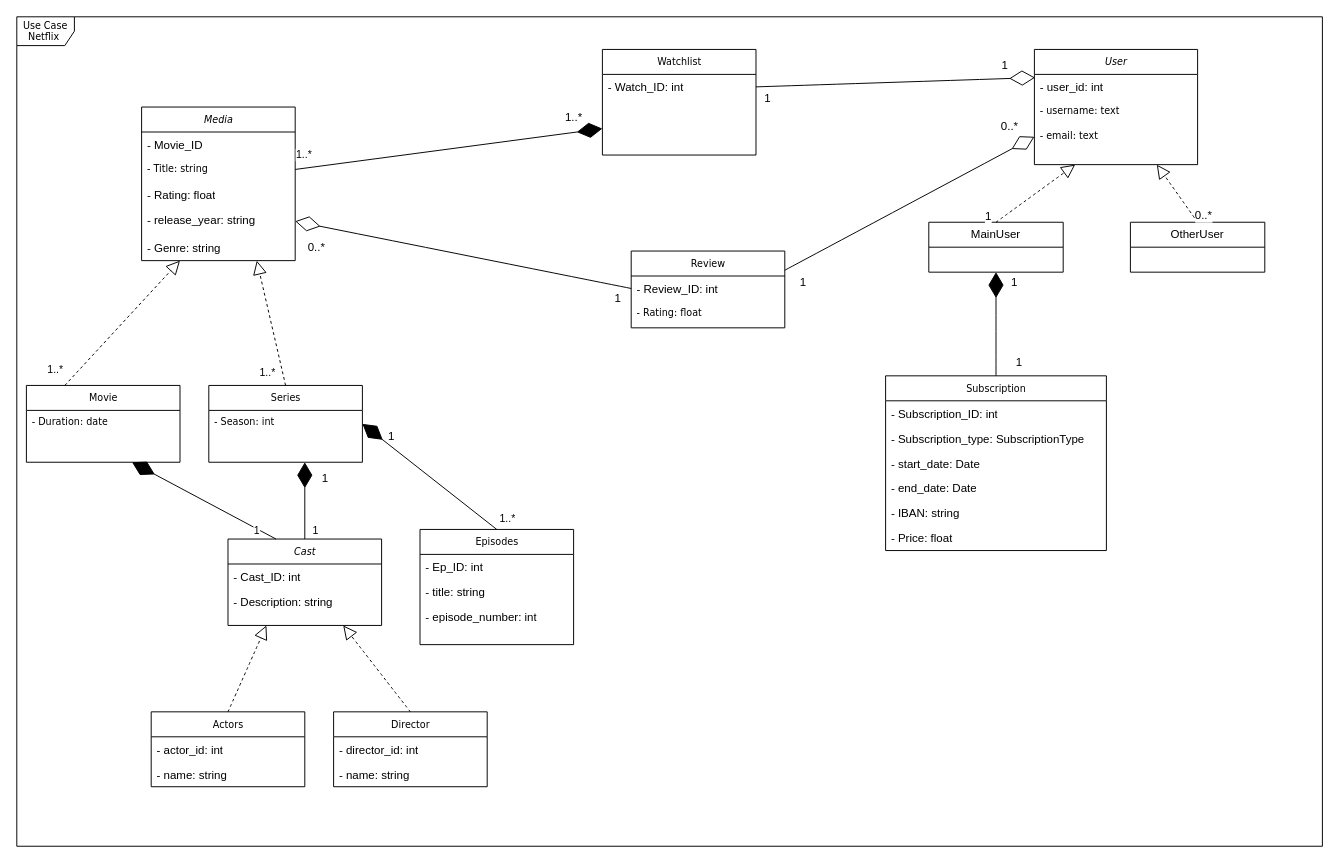
KevinGarrison/DataEngineeringProjects keeps this draw.io diagram as draw_io/uml_data_eng_project_1.drawio. Above is the earlier version. Source tidied: cells renumbered, new cells numbered last; positions are measured from the earlier drawing's top-left corner, leaving out a move shared by most shapes. Both pictures are drawn from the tidied source at 96%, with x=0, y=0 at pixel (16, 16).
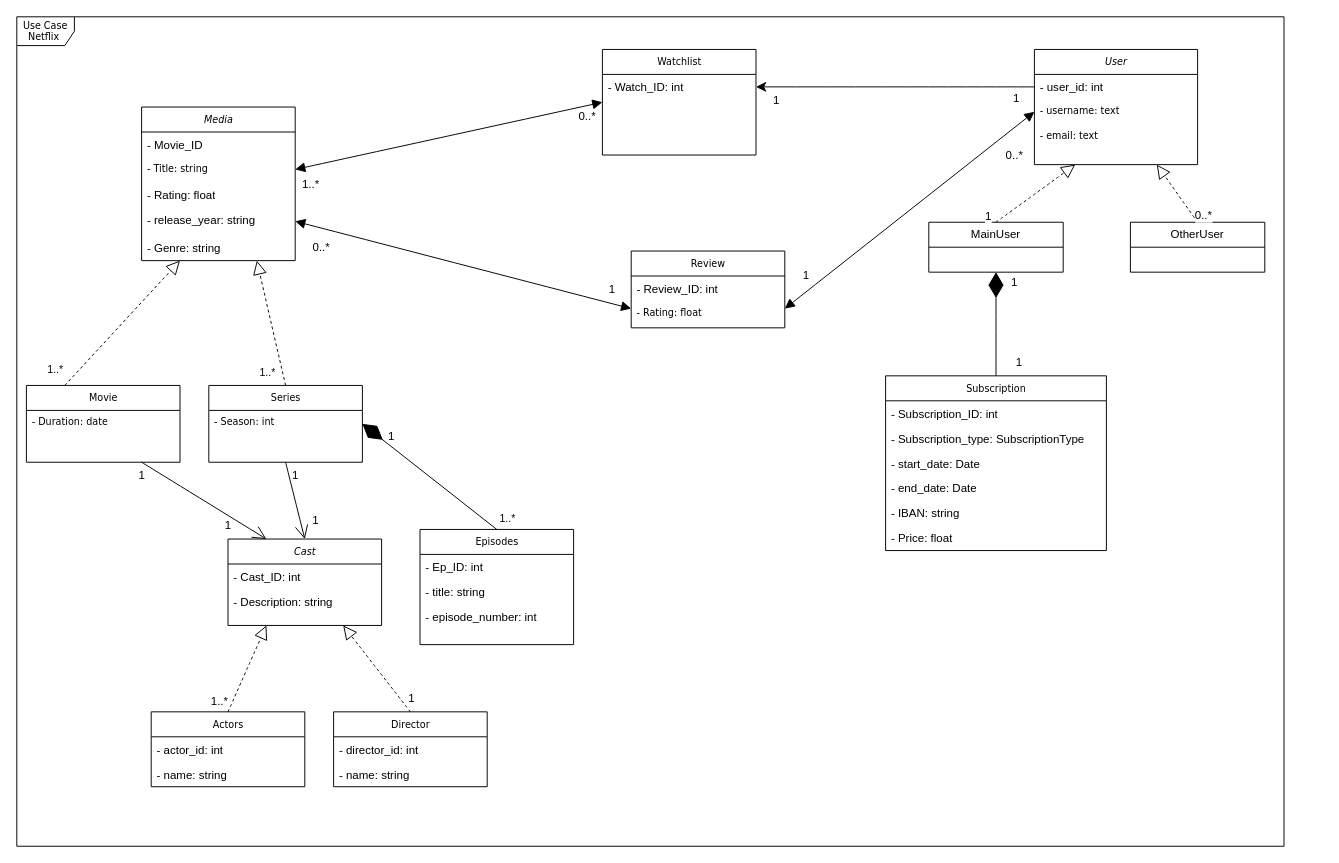
The same page after the edit.

Unchanged cells that the change refers to:
```xml
<mxCell id="3" value="Movie" style="swimlane;html=1;fontStyle=0;horizontal=1;startSize=26;fillColor=none;swimlaneFillColor=#ffffff;rounded=0;shadow=0;comic=0;labelBackgroundColor=none;strokeWidth=1;fontFamily=Verdana;fontSize=10;align=center;" parent="1" vertex="1">
  <mxGeometry x="10" y="384" width="160" height="80" as="geometry" />
</mxCell>
<mxCell id="9" value="Series" style="swimlane;html=1;fontStyle=0;horizontal=1;startSize=26;fillColor=none;swimlaneFillColor=#ffffff;rounded=0;shadow=0;comic=0;labelBackgroundColor=none;strokeWidth=1;fontFamily=Verdana;fontSize=10;align=center;strokeColor=default;verticalAlign=middle;fontColor=default;" parent="1" vertex="1">
  <mxGeometry x="200" y="384" width="160" height="80" as="geometry" />
</mxCell>
<mxCell id="13" value="- Title: string" style="text;html=1;strokeColor=none;fillColor=none;align=left;verticalAlign=top;spacingLeft=4;spacingRight=4;whiteSpace=wrap;overflow=hidden;points=[[0,0.5],[1,0.5]];portConstraint=eastwest;fontFamily=Verdana;fontSize=10;fontColor=default;fontStyle=0;labelBackgroundColor=none;" parent="11" vertex="1">
  <mxGeometry y="52" width="160" height="26" as="geometry" />
</mxCell>
<mxCell id="15" value="- release_year: string" style="text;html=1;strokeColor=none;fillColor=none;align=left;verticalAlign=top;spacingLeft=4;spacingRight=4;whiteSpace=wrap;overflow=hidden;points=[[0,0.5],[1,0.5]];portConstraint=eastwest;" parent="11" vertex="1">
  <mxGeometry y="104" width="160" height="30" as="geometry" />
</mxCell>
<mxCell id="24" value="Watchlist" style="swimlane;html=1;fontStyle=0;horizontal=1;startSize=26;fillColor=none;swimlaneFillColor=#ffffff;rounded=0;shadow=0;comic=0;labelBackgroundColor=none;strokeWidth=1;fontFamily=Verdana;fontSize=10;align=center;" parent="1" vertex="1">
  <mxGeometry x="610" y="34" width="160" height="110" as="geometry" />
</mxCell>
<mxCell id="25" value="- Watch_ID: int" style="text;html=1;strokeColor=none;fillColor=none;align=left;verticalAlign=top;spacingLeft=4;spacingRight=4;whiteSpace=wrap;overflow=hidden;points=[[0,0.5],[1,0.5]];portConstraint=eastwest;" parent="24" vertex="1">
  <mxGeometry y="26" width="160" height="26" as="geometry" />
</mxCell>
<mxCell id="32" value="&lt;i&gt;Cast&lt;/i&gt;" style="swimlane;html=1;fontStyle=0;horizontal=1;startSize=26;fillColor=none;swimlaneFillColor=#ffffff;rounded=0;shadow=0;comic=0;labelBackgroundColor=none;strokeWidth=1;fontFamily=Verdana;fontSize=10;align=center;" parent="1" vertex="1">
  <mxGeometry x="220" y="544" width="160" height="90" as="geometry" />
</mxCell>
<mxCell id="36" value="- user_id: int" style="text;html=1;strokeColor=none;fillColor=none;align=left;verticalAlign=top;spacingLeft=4;spacingRight=4;whiteSpace=wrap;overflow=hidden;points=[[0,0.5],[1,0.5]];portConstraint=eastwest;" parent="35" vertex="1">
  <mxGeometry y="26" width="170" height="26" as="geometry" />
</mxCell>
<mxCell id="37" value="- username: text" style="text;html=1;strokeColor=none;fillColor=none;align=left;verticalAlign=top;spacingLeft=4;spacingRight=4;whiteSpace=wrap;overflow=hidden;points=[[0,0.5],[1,0.5]];portConstraint=eastwest;fontFamily=Verdana;fontSize=10;fontColor=default;fontStyle=0;labelBackgroundColor=none;" parent="35" vertex="1">
  <mxGeometry y="52" width="170" height="26" as="geometry" />
</mxCell>
<mxCell id="38" value="- email: text" style="text;html=1;strokeColor=none;fillColor=none;align=left;verticalAlign=top;spacingLeft=4;spacingRight=4;whiteSpace=wrap;overflow=hidden;points=[[0,0.5],[1,0.5]];portConstraint=eastwest;fontFamily=Verdana;fontSize=10;fontColor=default;fontStyle=0;labelBackgroundColor=none;" parent="35" vertex="1">
  <mxGeometry y="78" width="170" height="26" as="geometry" />
</mxCell>
<mxCell id="39" value="Review" style="swimlane;html=1;fontStyle=0;horizontal=1;startSize=26;fillColor=none;swimlaneFillColor=#ffffff;rounded=0;shadow=0;comic=0;labelBackgroundColor=none;strokeWidth=1;fontFamily=Verdana;fontSize=10;align=center;" parent="1" vertex="1">
  <mxGeometry x="640" y="244" width="160" height="80" as="geometry" />
</mxCell>
<mxCell id="75" style="endArrow=block;dashed=1;endFill=0;endSize=12;html=1;rounded=0;fontSize=12;curved=1;exitX=0.5;exitY=0;exitDx=0;exitDy=0;entryX=0.25;entryY=1;entryDx=0;entryDy=0;" parent="1" edge="1" source="29" target="32">
  <mxGeometry relative="1" as="geometry" />
</mxCell>
<mxCell id="76" style="endArrow=block;dashed=1;endFill=0;endSize=12;html=1;rounded=0;fontSize=12;curved=1;exitX=0.5;exitY=0;exitDx=0;exitDy=0;entryX=0.75;entryY=1;entryDx=0;entryDy=0;" parent="1" edge="1" source="26" target="32">
  <mxGeometry relative="1" as="geometry" />
</mxCell>
```

What changed in the source:
```diff
@@
     <mxCell id="2" value="Use Case Netflix&amp;nbsp;" style="shape=umlFrame;whiteSpace=wrap;html=1;rounded=0;shadow=0;comic=0;labelBackgroundColor=none;strokeWidth=1;fontFamily=Verdana;fontSize=10;align=center;" parent="1" vertex="1">
-      <mxGeometry width="1360" height="864" as="geometry" />
+      <mxGeometry width="1320" height="864" as="geometry" />
     </mxCell>
@@
-    <mxCell id="42" style="endArrow=diamondThin;endFill=1;endSize=24;html=1;rounded=0;exitX=1;exitY=0.5;exitDx=0;exitDy=0;entryX=0;entryY=0.75;entryDx=0;entryDy=0;" parent="1" edge="1" source="13" target="24">
-      <mxGeometry relative="1" as="geometry" />
-    </mxCell>
-    <mxCell id="43" value="1..*" style="edgeLabel;html=1;align=center;verticalAlign=middle;" parent="42" vertex="1">
-      <mxGeometry x="-0.73" y="-2" relative="1" as="geometry">
-        <mxPoint x="-35" y="-12" as="offset" />
-      </mxGeometry>
-    </mxCell>
-    <mxCell id="44" value="1..*" style="edgeLabel;html=1;align=center;verticalAlign=middle;fontSize=12;" parent="42" vertex="1">
-      <mxGeometry x="0.88" y="2" relative="1" as="geometry">
-        <mxPoint x="-11" y="-13" as="offset" />
-      </mxGeometry>
-    </mxCell>
-    <mxCell id="45" style="endArrow=diamondThin;endFill=1;endSize=24;html=1;rounded=0;exitX=0.5;exitY=0;exitDx=0;exitDy=0;targetPerimeterSpacing=0;" parent="1" edge="1">
-      <mxGeometry relative="1" as="geometry">
-        <mxPoint x="270" y="544" as="sourcePoint" />
-        <mxPoint x="120" y="464" as="targetPoint" />
-      </mxGeometry>
-    </mxCell>
-    <mxCell id="46" value="1" style="edgeLabel;html=1;align=center;verticalAlign=middle;" parent="45" vertex="1">
-      <mxGeometry x="-0.86" y="-1" relative="1" as="geometry">
-        <mxPoint x="-10" y="-3" as="offset" />
-      </mxGeometry>
-    </mxCell>
-    <mxCell id="47" style="endArrow=diamondThin;endFill=1;endSize=24;html=1;rounded=0;exitX=0.5;exitY=0;exitDx=0;exitDy=0;targetPerimeterSpacing=0;" parent="1" edge="1">
-      <mxGeometry relative="1" as="geometry">
-        <mxPoint x="300" y="544" as="sourcePoint" />
-        <mxPoint x="300" y="464" as="targetPoint" />
-      </mxGeometry>
-    </mxCell>
-    <mxCell id="48" value="1" style="edgeLabel;html=1;align=center;verticalAlign=middle;" parent="47" vertex="1">
-      <mxGeometry x="-0.86" y="-1" relative="1" as="geometry">
-        <mxPoint x="9" y="-4" as="offset" />
-      </mxGeometry>
-    </mxCell>
-    <mxCell id="49" value="1" style="edgeLabel;html=1;align=center;verticalAlign=middle;fontSize=12;" parent="47" vertex="1">
-      <mxGeometry x="0.6" relative="1" as="geometry">
-        <mxPoint x="20" as="offset" />
-      </mxGeometry>
-    </mxCell>
@@
-    <mxCell id="66" style="endArrow=diamondThin;endFill=0;endSize=24;html=1;rounded=0;fontSize=12;curved=1;exitX=1;exitY=0.5;exitDx=0;exitDy=0;entryX=0.004;entryY=0.129;entryDx=0;entryDy=0;entryPerimeter=0;" parent="1" edge="1" source="25" target="36">
-      <mxGeometry relative="1" as="geometry" />
-    </mxCell>
-    <mxCell id="67" value="1" style="edgeLabel;html=1;align=center;verticalAlign=middle;fontSize=12;" parent="66" vertex="1">
-      <mxGeometry x="-0.81" relative="1" as="geometry">
-        <mxPoint x="-16" y="12" as="offset" />
-      </mxGeometry>
-    </mxCell>
-    <mxCell id="68" value="1" style="edgeLabel;html=1;align=center;verticalAlign=middle;fontSize=12;" parent="66" vertex="1">
-      <mxGeometry x="0.86" relative="1" as="geometry">
-        <mxPoint x="-11" y="-14" as="offset" />
-      </mxGeometry>
-    </mxCell>
-    <mxCell id="69" style="endArrow=diamondThin;endFill=0;endSize=24;html=1;rounded=0;fontSize=12;curved=1;entryX=0;entryY=0.5;entryDx=0;entryDy=0;exitX=1;exitY=0.25;exitDx=0;exitDy=0;" parent="1" edge="1" source="39" target="38">
-      <mxGeometry relative="1" as="geometry" />
-    </mxCell>
-    <mxCell id="70" value="1" style="edgeLabel;html=1;align=center;verticalAlign=middle;fontSize=12;" parent="69" vertex="1">
-      <mxGeometry x="-0.86" relative="1" as="geometry">
-        <mxPoint y="22" as="offset" />
-      </mxGeometry>
-    </mxCell>
-    <mxCell id="71" value="0..*" style="edgeLabel;html=1;align=center;verticalAlign=middle;fontSize=12;" parent="69" vertex="1">
-      <mxGeometry x="0.8" y="1" relative="1" as="geometry">
-        <mxPoint y="-25" as="offset" />
-      </mxGeometry>
-    </mxCell>
-    <mxCell id="72" style="endArrow=diamondThin;endFill=0;endSize=24;html=1;rounded=0;fontSize=12;curved=1;entryX=1;entryY=0.5;entryDx=0;entryDy=0;" parent="1" edge="1" target="15">
-      <mxGeometry relative="1" as="geometry">
-        <mxPoint x="640" y="283" as="sourcePoint" />
-      </mxGeometry>
-    </mxCell>
-    <mxCell id="73" value="0..*" style="edgeLabel;html=1;align=center;verticalAlign=middle;fontSize=12;" parent="72" vertex="1">
-      <mxGeometry x="0.87" y="2" relative="1" as="geometry">
-        <mxPoint x="-1" y="20" as="offset" />
-      </mxGeometry>
-    </mxCell>
-    <mxCell id="74" value="1" style="edgeLabel;html=1;align=center;verticalAlign=middle;fontSize=12;" parent="72" vertex="1">
-      <mxGeometry x="-0.91" y="-6" relative="1" as="geometry">
-        <mxPoint y="20" as="offset" />
-      </mxGeometry>
-    </mxCell>
@@
+    <mxCell id="77" value="1..*" style="edgeLabel;html=1;align=center;verticalAlign=middle;fontSize=12;" parent="75" vertex="1">
+      <mxGeometry x="-0.73" y="-1" relative="1" as="geometry">
+        <mxPoint x="-16" as="offset" />
+      </mxGeometry>
+    </mxCell>
@@
+    <mxCell id="78" value="1" style="edgeLabel;html=1;align=center;verticalAlign=middle;fontSize=12;" parent="76" vertex="1">
+      <mxGeometry x="-0.66" relative="1" as="geometry">
+        <mxPoint x="12" as="offset" />
+      </mxGeometry>
+    </mxCell>
+    <mxCell id="79" style="edgeStyle=none;curved=1;rounded=0;jettySize=auto;html=1;exitX=0;exitY=0.5;exitDx=0;exitDy=0;entryX=1;entryY=0.5;entryDx=0;entryDy=0;fontSize=12;startSize=8;endSize=8;" parent="1" edge="1" source="36" target="25">
+      <mxGeometry relative="1" as="geometry" />
+    </mxCell>
+    <mxCell id="80" value="1" style="edgeLabel;html=1;align=center;verticalAlign=middle;fontSize=12;" parent="79" vertex="1">
+      <mxGeometry x="0.89" y="2" relative="1" as="geometry">
+        <mxPoint x="4" y="11" as="offset" />
+      </mxGeometry>
+    </mxCell>
+    <mxCell id="81" value="1" style="edgeLabel;html=1;align=center;verticalAlign=middle;fontSize=12;" parent="79" vertex="1">
+      <mxGeometry x="-0.88" y="-1" relative="1" as="geometry">
+        <mxPoint x="-3" y="12" as="offset" />
+      </mxGeometry>
+    </mxCell>
+    <mxCell id="42" style="endArrow=block;startArrow=block;endFill=1;startFill=1;html=1;rounded=0;fontSize=12;startSize=8;endSize=8;curved=1;exitX=1;exitY=0.5;exitDx=0;exitDy=0;entryX=0;entryY=0.5;entryDx=0;entryDy=0;" parent="1" edge="1" source="13" target="24">
+      <mxGeometry relative="1" as="geometry" />
+    </mxCell>
+    <mxCell id="82" value="1..*" style="edgeLabel;html=1;align=center;verticalAlign=middle;fontSize=12;" parent="42" vertex="1">
+      <mxGeometry x="-0.9" y="-1" relative="1" as="geometry">
+        <mxPoint y="18" as="offset" />
+      </mxGeometry>
+    </mxCell>
+    <mxCell id="83" value="0..*" style="edgeLabel;html=1;align=center;verticalAlign=middle;fontSize=12;" parent="42" vertex="1">
+      <mxGeometry x="0.89" y="-1" relative="1" as="geometry">
+        <mxPoint y="10" as="offset" />
+      </mxGeometry>
+    </mxCell>
+    <mxCell id="84" style="endArrow=block;startArrow=block;endFill=1;startFill=1;html=1;rounded=0;fontSize=12;startSize=8;endSize=8;curved=1;exitX=1;exitY=0.5;exitDx=0;exitDy=0;entryX=0;entryY=0.75;entryDx=0;entryDy=0;" parent="1" edge="1" source="15" target="39">
+      <mxGeometry relative="1" as="geometry" />
+    </mxCell>
+    <mxCell id="85" value="0..*" style="edgeLabel;html=1;align=center;verticalAlign=middle;fontSize=12;" parent="84" vertex="1">
+      <mxGeometry x="-0.85" relative="1" as="geometry">
+        <mxPoint y="20" as="offset" />
+      </mxGeometry>
+    </mxCell>
+    <mxCell id="86" value="1" style="edgeLabel;html=1;align=center;verticalAlign=middle;fontSize=12;" parent="84" vertex="1">
+      <mxGeometry x="0.88" relative="1" as="geometry">
+        <mxPoint y="-15" as="offset" />
+      </mxGeometry>
+    </mxCell>
+    <mxCell id="87" style="endArrow=block;startArrow=block;endFill=1;startFill=1;html=1;rounded=0;fontSize=12;startSize=8;endSize=8;curved=1;exitX=1;exitY=0.75;exitDx=0;exitDy=0;entryX=0;entryY=0.5;entryDx=0;entryDy=0;" parent="1" edge="1" source="39" target="37">
+      <mxGeometry relative="1" as="geometry" />
+    </mxCell>
+    <mxCell id="88" value="1" style="edgeLabel;html=1;align=center;verticalAlign=middle;fontSize=12;" parent="87" vertex="1">
+      <mxGeometry x="-0.84" y="-1" relative="1" as="geometry">
+        <mxPoint y="-19" as="offset" />
+      </mxGeometry>
+    </mxCell>
+    <mxCell id="89" value="0..*" style="edgeLabel;html=1;align=center;verticalAlign=middle;fontSize=12;" parent="87" vertex="1">
+      <mxGeometry x="0.85" y="3" relative="1" as="geometry">
+        <mxPoint y="32" as="offset" />
+      </mxGeometry>
+    </mxCell>
+    <mxCell id="90" style="endArrow=open;endFill=1;endSize=12;html=1;rounded=0;fontSize=12;curved=1;exitX=0.75;exitY=1;exitDx=0;exitDy=0;entryX=0.25;entryY=0;entryDx=0;entryDy=0;" parent="1" edge="1" source="3" target="32">
+      <mxGeometry relative="1" as="geometry" />
+    </mxCell>
+    <mxCell id="91" value="1" style="edgeLabel;html=1;align=center;verticalAlign=middle;fontSize=12;" parent="90" vertex="1">
+      <mxGeometry x="-0.63" y="-1" relative="1" as="geometry">
+        <mxPoint x="-24" y="-2" as="offset" />
+      </mxGeometry>
+    </mxCell>
+    <mxCell id="92" value="1" style="edgeLabel;html=1;align=center;verticalAlign=middle;fontSize=12;" parent="90" vertex="1">
+      <mxGeometry x="0.67" y="1" relative="1" as="geometry">
+        <mxPoint x="-19" as="offset" />
+      </mxGeometry>
+    </mxCell>
+    <mxCell id="93" style="endArrow=open;endFill=1;endSize=12;html=1;rounded=0;fontSize=12;curved=1;entryX=0.5;entryY=0;entryDx=0;entryDy=0;exitX=0.5;exitY=1;exitDx=0;exitDy=0;" parent="1" edge="1" source="9" target="32">
+      <mxGeometry relative="1" as="geometry" />
+    </mxCell>
+    <mxCell id="94" value="1" style="edgeLabel;html=1;align=center;verticalAlign=middle;fontSize=12;" parent="93" vertex="1">
+      <mxGeometry x="-0.74" relative="1" as="geometry">
+        <mxPoint x="7" y="3" as="offset" />
+      </mxGeometry>
+    </mxCell>
+    <mxCell id="95" value="1" style="edgeLabel;html=1;align=center;verticalAlign=middle;fontSize=12;" parent="93" vertex="1">
+      <mxGeometry x="0.51" relative="1" as="geometry">
+        <mxPoint x="15" as="offset" />
+      </mxGeometry>
+    </mxCell>
```
